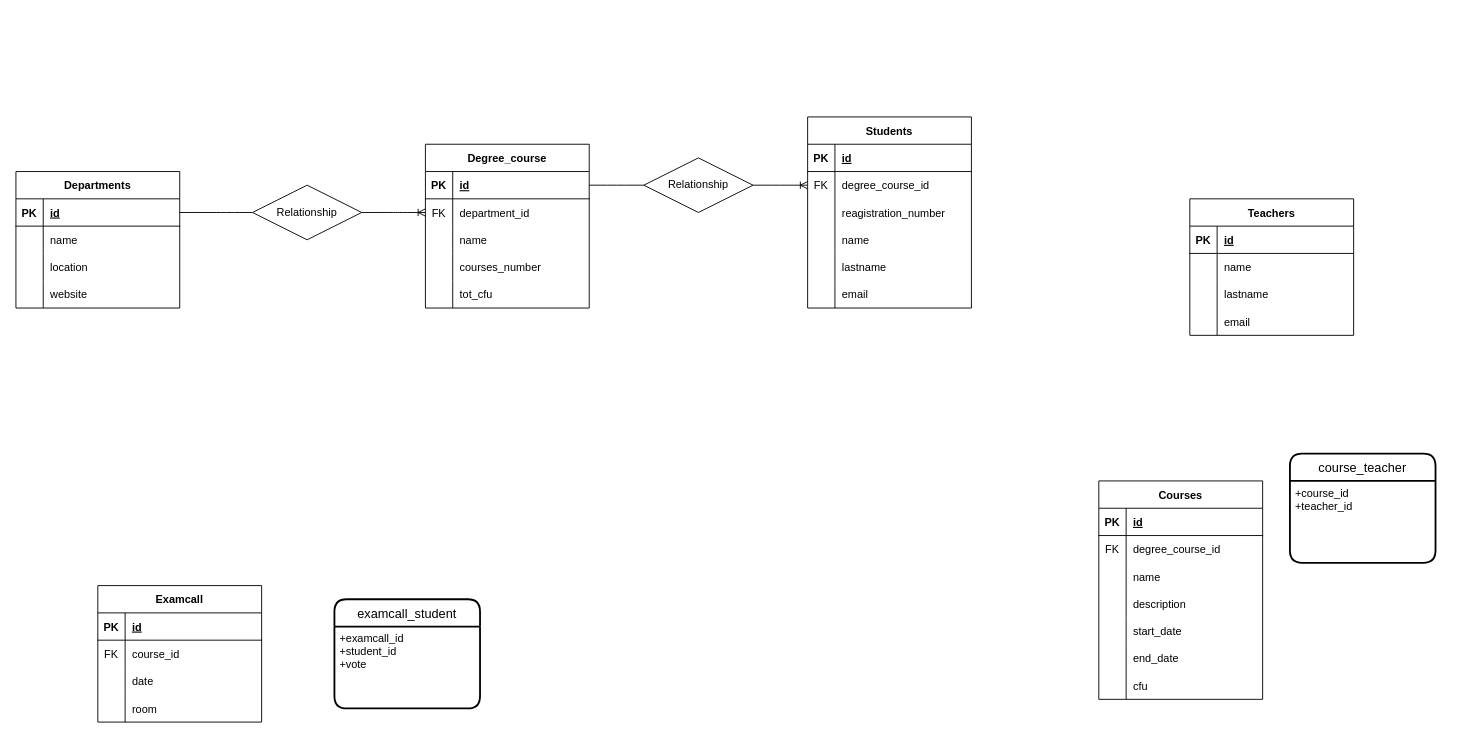
Above: schema.drawio in alessiavozzo/-db-university (draw.io), before the change. Source tidied: cells renumbered, new cells numbered last; positions are measured from the earlier drawing's top-left corner, leaving out a move shared by most shapes. Both pictures are drawn from the tidied source at 91%, with x=0, y=0 at pixel (15, 116).
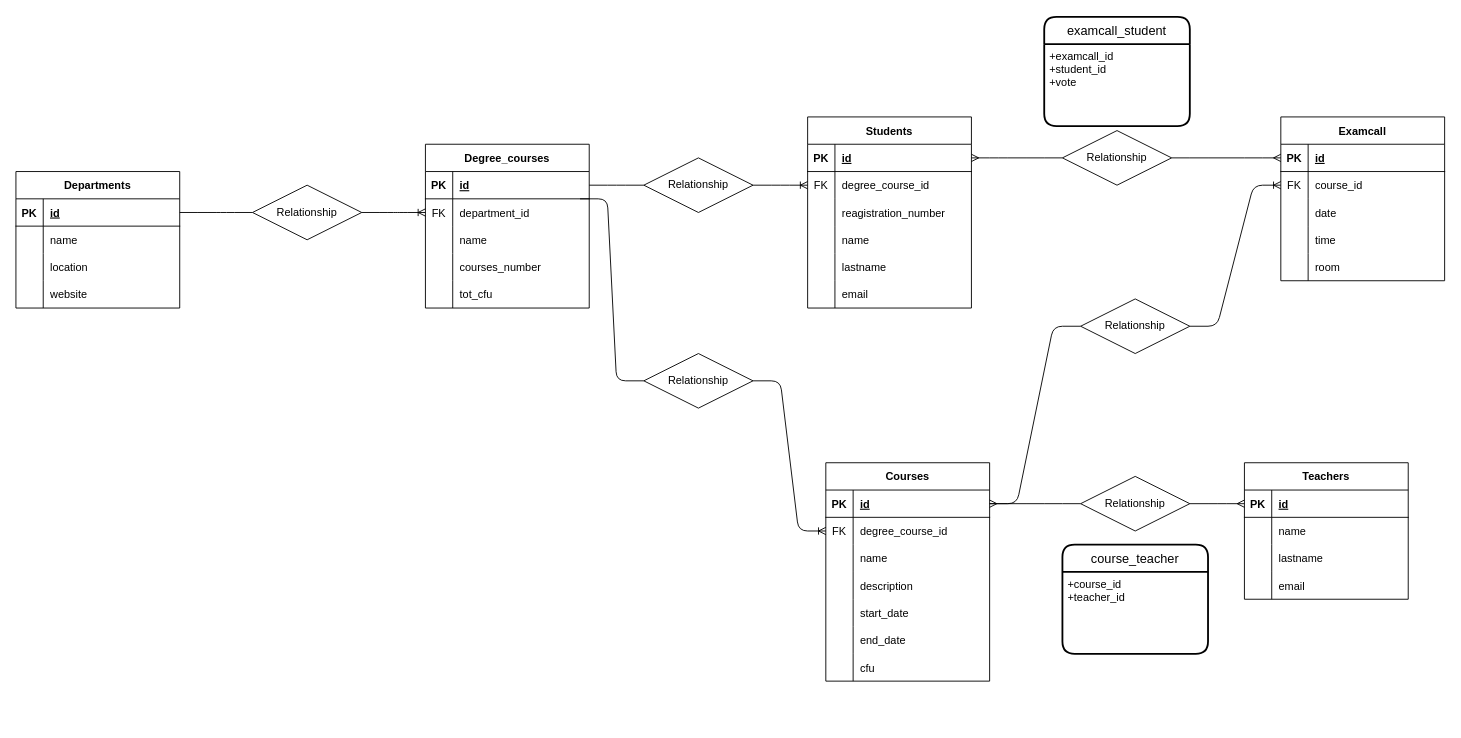
Above is the later version.

Commit message (it also covers changes not shown here):
fix date/time

The change refers to these unchanged cells:
```xml
<mxCell id="19" style="shape=tableRow;horizontal=0;startSize=0;swimlaneHead=0;swimlaneBody=0;fillColor=none;points=[[0,0.5],[1,0.5]];portConstraint=eastwest;top=0;left=0;right=0;bottom=0;" parent="15" vertex="1">
  <mxGeometry y="60" width="180" height="30" as="geometry" />
</mxCell>
<mxCell id="32" style="shape=tableRow;horizontal=0;startSize=0;swimlaneHead=0;swimlaneBody=0;fillColor=none;points=[[0,0.5],[1,0.5]];portConstraint=eastwest;top=0;left=0;right=0;bottom=1;" parent="31" vertex="1">
  <mxGeometry y="30" width="180" height="30" as="geometry" />
</mxCell>
<mxCell id="35" style="shape=tableRow;horizontal=0;startSize=0;swimlaneHead=0;swimlaneBody=0;fillColor=none;points=[[0,0.5],[1,0.5]];portConstraint=eastwest;top=0;left=0;right=0;bottom=0;" parent="31" vertex="1">
  <mxGeometry y="60" width="180" height="30" as="geometry" />
</mxCell>
<mxCell id="56" style="shape=tableRow;horizontal=0;startSize=0;swimlaneHead=0;swimlaneBody=0;fillColor=none;points=[[0,0.5],[1,0.5]];portConstraint=eastwest;top=0;left=0;right=0;bottom=1;" parent="55" vertex="1">
  <mxGeometry y="30" width="180" height="30" as="geometry" />
</mxCell>
<mxCell id="69" style="shape=tableRow;horizontal=0;startSize=0;swimlaneHead=0;swimlaneBody=0;fillColor=none;points=[[0,0.5],[1,0.5]];portConstraint=eastwest;top=0;left=0;right=0;bottom=1;" parent="68" vertex="1">
  <mxGeometry y="30" width="180" height="30" as="geometry" />
</mxCell>
<mxCell id="72" style="shape=tableRow;horizontal=0;startSize=0;swimlaneHead=0;swimlaneBody=0;fillColor=none;points=[[0,0.5],[1,0.5]];portConstraint=eastwest;top=0;left=0;right=0;bottom=0;" parent="68" vertex="1">
  <mxGeometry y="60" width="180" height="30" as="geometry" />
</mxCell>
<mxCell id="82" style="shape=tableRow;horizontal=0;startSize=0;swimlaneHead=0;swimlaneBody=0;fillColor=none;points=[[0,0.5],[1,0.5]];portConstraint=eastwest;top=0;left=0;right=0;bottom=1;" parent="81" vertex="1">
  <mxGeometry y="30" width="180" height="30" as="geometry" />
</mxCell>
```

Diff of the diagram source:
```diff
@@
-    <mxCell id="15" value="Degree_course" style="shape=table;startSize=30;childLayout=tableLayout;rowLines=0;fontStyle=1;align=center;" parent="1" vertex="1">
+    <mxCell id="15" value="Degree_courses" style="shape=table;startSize=30;childLayout=tableLayout;rowLines=0;fontStyle=1;align=center;" parent="1" vertex="1">
       <mxGeometry x="450" y="30" width="180" height="180" as="geometry" />
     </mxCell>
@@
     <mxCell id="31" value="Courses" style="shape=table;startSize=30;childLayout=tableLayout;rowLines=0;fontStyle=1;align=center;" parent="1" vertex="1">
-      <mxGeometry x="1190" y="400" width="180" height="240" as="geometry" />
+      <mxGeometry x="890" y="380" width="180" height="240" as="geometry" />
     </mxCell>
@@
     <mxCell id="53" value="course_teacher" style="swimlane;horizontal=1;startSize=30;rounded=1;fontSize=14;fontStyle=0;strokeWidth=2;shadow=0;dashed=0;align=center;" parent="1" vertex="1">
-      <mxGeometry x="1400" y="370" width="160" height="120" as="geometry" />
+      <mxGeometry x="1150" y="470" width="160" height="120" as="geometry" />
     </mxCell>
@@
     <mxCell id="55" value="Teachers" style="shape=table;startSize=30;childLayout=tableLayout;rowLines=0;fontStyle=1;align=center;" parent="1" vertex="1">
-      <mxGeometry x="1290" y="90" width="180" height="150" as="geometry" />
+      <mxGeometry x="1350" y="380" width="180" height="150" as="geometry" />
     </mxCell>
@@
     <mxCell id="68" value="Examcall" style="shape=table;startSize=30;childLayout=tableLayout;rowLines=0;fontStyle=1;align=center;" parent="1" vertex="1">
-      <mxGeometry x="90" y="515" width="180" height="150" as="geometry" />
+      <mxGeometry x="1390" width="180" height="180" as="geometry" />
     </mxCell>
@@
+    <mxCell id="108" style="shape=tableRow;horizontal=0;startSize=0;swimlaneHead=0;swimlaneBody=0;fillColor=none;top=0;left=0;right=0;bottom=0;" parent="68" vertex="1">
+      <mxGeometry y="120" width="180" height="30" as="geometry" />
+    </mxCell>
+    <mxCell id="109" style="shape=partialRectangle;fillColor=none;top=0;left=0;bottom=0;right=0;overflow=hidden;" parent="108" vertex="1">
+      <mxGeometry width="30" height="30" as="geometry" />
+    </mxCell>
+    <mxCell id="110" value="time" style="shape=partialRectangle;fillColor=none;top=0;left=0;bottom=0;right=0;align=left;spacingLeft=6;overflow=hidden;" parent="108" vertex="1">
+      <mxGeometry x="30" width="150" height="30" as="geometry" />
+    </mxCell>
     <mxCell id="78" style="shape=tableRow;horizontal=0;startSize=0;swimlaneHead=0;swimlaneBody=0;fillColor=none;top=0;left=0;right=0;bottom=0;" parent="68" vertex="1">
-      <mxGeometry y="120" width="180" height="30" as="geometry" />
+      <mxGeometry y="150" width="180" height="30" as="geometry" />
     </mxCell>
@@
     <mxCell id="100" value="examcall_student" style="swimlane;horizontal=1;startSize=30;rounded=1;fontSize=14;fontStyle=0;strokeWidth=2;shadow=0;dashed=0;align=center;" parent="1" vertex="1">
-      <mxGeometry x="350" y="530" width="160" height="120" as="geometry" />
+      <mxGeometry x="1130" y="-110" width="160" height="120" as="geometry" />
     </mxCell>
@@
+    <mxCell id="111" style="edgeStyle=entityRelationEdgeStyle;fontSize=12;html=1;endArrow=ERoneToMany;entryX=0;entryY=0.5;entryDx=0;entryDy=0;startArrow=none;exitX=1;exitY=0.5;exitDx=0;exitDy=0;" parent="1" edge="1" source="113" target="35">
+      <mxGeometry relative="1" as="geometry" />
+    </mxCell>
+    <mxCell id="112" style="edgeStyle=entityRelationEdgeStyle;fontSize=12;html=1;endArrow=none;exitX=0.944;exitY=0;exitDx=0;exitDy=0;exitPerimeter=0;entryX=0;entryY=0.5;entryDx=0;entryDy=0;" parent="1" edge="1" source="19" target="113">
+      <mxGeometry relative="1" as="geometry" />
+    </mxCell>
+    <mxCell id="113" value="Relationship" style="shape=rhombus;perimeter=rhombusPerimeter;whiteSpace=wrap;html=1;align=center;" parent="1" vertex="1">
+      <mxGeometry x="690" y="260" width="120" height="60" as="geometry" />
+    </mxCell>
+    <mxCell id="114" style="edgeStyle=entityRelationEdgeStyle;fontSize=12;html=1;endArrow=ERmany;startArrow=none;exitX=1;exitY=0.5;exitDx=0;exitDy=0;entryX=0;entryY=0.5;entryDx=0;entryDy=0;" parent="1" edge="1" source="117" target="56">
+      <mxGeometry relative="1" as="geometry" />
+    </mxCell>
+    <mxCell id="115" style="edgeStyle=entityRelationEdgeStyle;fontSize=12;html=1;endArrow=ERmany;startArrow=none;exitX=1;exitY=0.5;exitDx=0;exitDy=0;entryX=0;entryY=0.5;entryDx=0;entryDy=0;" parent="1" edge="1" source="119" target="69">
+      <mxGeometry relative="1" as="geometry" />
+    </mxCell>
+    <mxCell id="116" style="edgeStyle=entityRelationEdgeStyle;fontSize=12;html=1;endArrow=none;startArrow=ERmany;exitX=1;exitY=0.5;exitDx=0;exitDy=0;entryX=0;entryY=0.5;entryDx=0;entryDy=0;" parent="1" edge="1" source="32" target="117">
+      <mxGeometry relative="1" as="geometry" />
+    </mxCell>
+    <mxCell id="117" value="Relationship" style="shape=rhombus;perimeter=rhombusPerimeter;whiteSpace=wrap;html=1;align=center;" parent="1" vertex="1">
+      <mxGeometry x="1170" y="395" width="120" height="60" as="geometry" />
+    </mxCell>
+    <mxCell id="118" style="edgeStyle=entityRelationEdgeStyle;fontSize=12;html=1;endArrow=none;startArrow=ERmany;exitX=1;exitY=0.5;exitDx=0;exitDy=0;entryX=0;entryY=0.5;entryDx=0;entryDy=0;" parent="1" edge="1" source="82" target="119">
+      <mxGeometry relative="1" as="geometry" />
+    </mxCell>
+    <mxCell id="119" value="Relationship" style="shape=rhombus;perimeter=rhombusPerimeter;whiteSpace=wrap;html=1;align=center;" parent="1" vertex="1">
+      <mxGeometry x="1150" y="15" width="120" height="60" as="geometry" />
+    </mxCell>
+    <mxCell id="120" style="edgeStyle=entityRelationEdgeStyle;fontSize=12;html=1;endArrow=ERoneToMany;exitX=1;exitY=0.5;exitDx=0;exitDy=0;entryX=0;entryY=0.5;entryDx=0;entryDy=0;startArrow=none;" parent="1" edge="1" source="122" target="72">
+      <mxGeometry relative="1" as="geometry" />
+    </mxCell>
+    <mxCell id="121" style="edgeStyle=entityRelationEdgeStyle;fontSize=12;html=1;endArrow=none;exitX=1;exitY=0.5;exitDx=0;exitDy=0;entryX=0;entryY=0.5;entryDx=0;entryDy=0;" parent="1" edge="1" source="32" target="122">
+      <mxGeometry relative="1" as="geometry" />
+    </mxCell>
+    <mxCell id="122" value="Relationship" style="shape=rhombus;perimeter=rhombusPerimeter;whiteSpace=wrap;html=1;align=center;" parent="1" vertex="1">
+      <mxGeometry x="1170" y="200" width="120" height="60" as="geometry" />
+    </mxCell>
```
